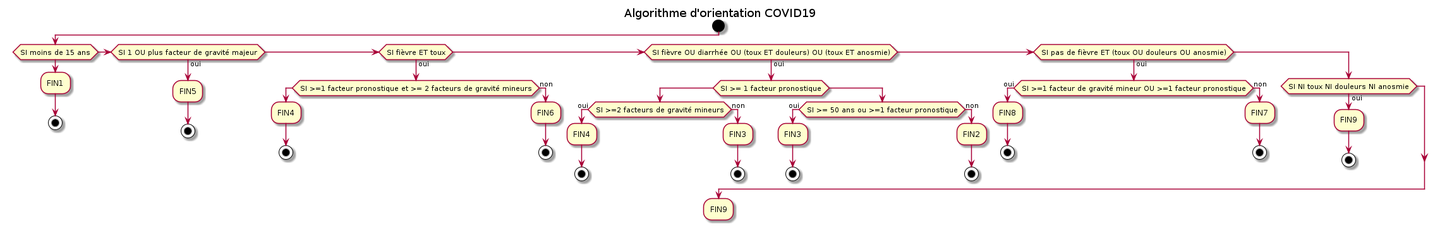
Before: diagramme-algorithme-orientation-covid19.png, a diagram exported from PlantUML (bzg/covid19-algorithme-orientation).
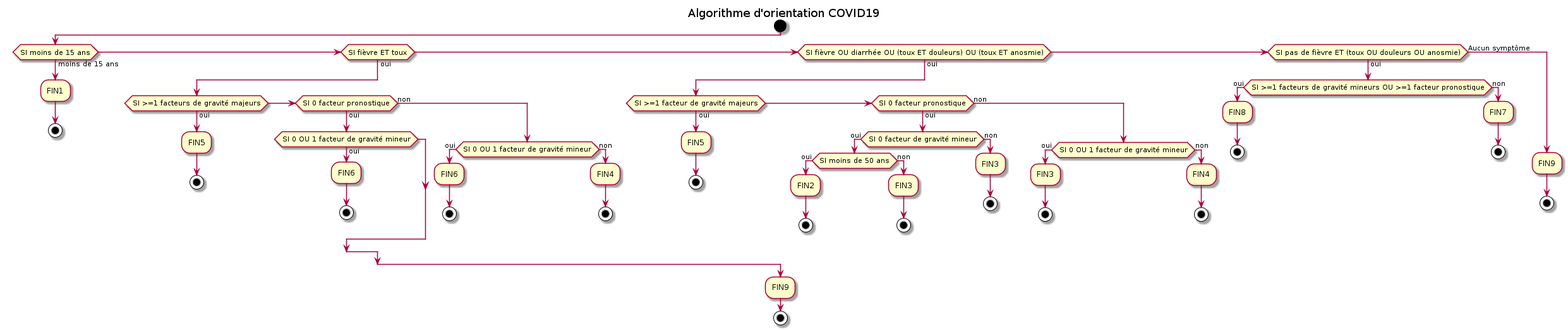
After the commit.

Change to the diagram source:
```diff
@@ -3,44 +3,58 @@
 
 start
 
-if (SI moins de 15 ans) then
+if (SI moins de 15 ans) then (moins de 15 ans)
    :FIN1;
    stop
 
-elseif (SI 1 OU plus facteur de gravité majeur) then (oui)
-       :FIN5;
-       stop
-
 elseif (SI fièvre ET toux) then (oui)
-       if (SI >=1 facteur pronostique et >= 2 facteurs de gravité mineurs) then
-          :FIN4;
+       if (SI >=1 facteurs de gravité majeurs) then (oui)
+          :FIN5;
           stop
+       elseif (SI 0 facteur pronostique) then (oui)
+          if (SI 0 OU 1 facteur de gravité mineur) then (oui)
+             :FIN6;
+             stop
+          endif
        else (non)
-          :FIN6;
-          stop
+          if (SI 0 OU 1 facteur de gravité mineur) then (oui)
+             :FIN6;
+             stop
+          else (non)
+             :FIN4;
+             stop
+          endif
        endif
 
 elseif (SI fièvre OU diarrhée OU (toux ET douleurs) OU (toux ET anosmie)) then (oui)
-        if (SI >= 1 facteur pronostique) then
-           if (SI >=2 facteurs de gravité mineurs) then (oui)
-              :FIN4;
-               stop
+       if (SI >=1 facteur de gravité majeurs) then (oui)
+          :FIN5;
+          stop
+       elseif (SI 0 facteur pronostique) then (oui)
+           if (SI 0 facteur de gravité mineur) then (oui)
+              if (SI moins de 50 ans) then (oui)
+                 :FIN2;
+                 stop;
+              else (non)
+                 :FIN3;
+                 stop;
+              endif
            else (non)
               :FIN3;
+              stop;
+           endif
+        else (non)
+           if (SI 0 OU 1 facteur de gravité mineur) then (oui)
+              :FIN3;
+              stop
+           else (non)
+              :FIN4;
               stop
            endif
-        else
-            if (SI >= 50 ans ou >=1 facteur pronostique) then (oui)
-               :FIN3;
-               stop
-            else (non)
-               :FIN2;
-               stop
-            endif
         endif
 
 elseif (SI pas de fièvre ET (toux OU douleurs OU anosmie)) then (oui)
-       if (SI >=1 facteur de gravité mineur OU >=1 facteur pronostique) then (oui)
+       if (SI >=1 facteurs de gravité mineurs OU >=1 facteur pronostique) then (oui)
           :FIN8;
           stop
        else (non)
@@ -48,13 +62,12 @@
           stop
        endif
 
-else
-       if (SI NI toux NI douleurs NI anosmie) then (oui)
-         :FIN9;
-         stop
-       endif
+else (Aucun symptôme)
+     :FIN9;
+     stop
 endif
 
 :FIN9;
+stop
 
 @enduml
```
